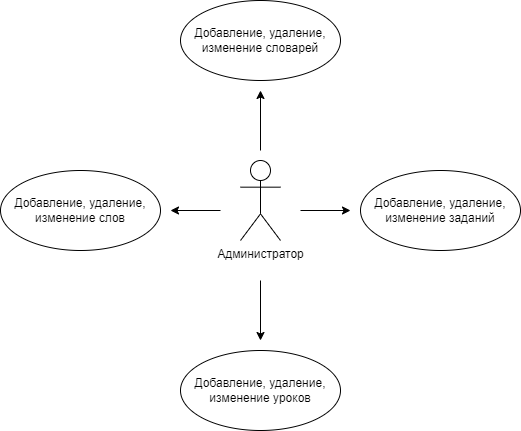
Earlier version of the draw.io export Docs/администратор.drawio.png (Vasewa2k02/English-web-app-Yuzik-). Source tidied: cells renumbered, new cells last; positions are measured from the earlier drawing's top-left corner, leaving out a move shared by most shapes.
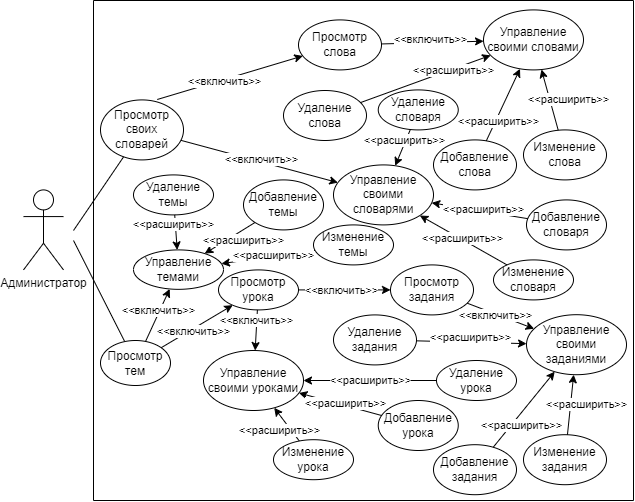
After the change.

Diff of the diagram source:
```diff
@@ -5,41 +5,298 @@
     <mxCell id="2" value="Администратор" style="shape=umlActor;verticalLabelPosition=bottom;verticalAlign=top;html=1;" parent="1" vertex="1">
       <mxGeometry x="240" y="160" width="40" height="80" as="geometry" />
     </mxCell>
-    <mxCell id="3" value="Добавление, удаление, изменение слов" style="ellipse;whiteSpace=wrap;html=1;" parent="1" vertex="1">
-      <mxGeometry y="170" width="160" height="80" as="geometry" />
-    </mxCell>
-    <mxCell id="4" value="Добавление, удаление, изменение уроков" style="ellipse;whiteSpace=wrap;html=1;" parent="1" vertex="1">
-      <mxGeometry x="180" y="350" width="160" height="80" as="geometry" />
-    </mxCell>
-    <mxCell id="5" value="Добавление, удаление, изменение заданий" style="ellipse;whiteSpace=wrap;html=1;" parent="1" vertex="1">
-      <mxGeometry x="360" y="170" width="160" height="80" as="geometry" />
-    </mxCell>
-    <mxCell id="6" value="Добавление, удаление, изменение словарей" style="ellipse;whiteSpace=wrap;html=1;" parent="1" vertex="1">
-      <mxGeometry x="180" width="160" height="80" as="geometry" />
-    </mxCell>
-    <mxCell id="7" style="endArrow=classic;html=1;rounded=0;" parent="1" edge="1">
-      <mxGeometry relative="1" as="geometry">
-        <mxPoint x="260" y="150" as="sourcePoint" />
-        <mxPoint x="260" y="90" as="targetPoint" />
-      </mxGeometry>
-    </mxCell>
-    <mxCell id="8" style="endArrow=classic;html=1;rounded=0;" parent="1" edge="1">
-      <mxGeometry relative="1" as="geometry">
-        <mxPoint x="260" y="280" as="sourcePoint" />
-        <mxPoint x="260" y="340" as="targetPoint" />
-      </mxGeometry>
-    </mxCell>
-    <mxCell id="9" style="endArrow=classic;html=1;rounded=0;" parent="1" edge="1">
-      <mxGeometry relative="1" as="geometry">
-        <mxPoint x="300" y="210" as="sourcePoint" />
-        <mxPoint x="350" y="210" as="targetPoint" />
-      </mxGeometry>
-    </mxCell>
-    <mxCell id="10" style="endArrow=classic;html=1;rounded=0;" parent="1" edge="1">
-      <mxGeometry relative="1" as="geometry">
-        <mxPoint x="220" y="210" as="sourcePoint" />
-        <mxPoint x="170" y="210" as="targetPoint" />
-      </mxGeometry>
-    </mxCell>
+    <mxCell id="11" value="Добавление слова" style="ellipse;whiteSpace=wrap;html=1;" parent="1" vertex="1">
+      <mxGeometry x="650" y="110" width="83" height="50" as="geometry" />
+    </mxCell>
+    <mxCell id="12" value="Изменение слова" style="ellipse;whiteSpace=wrap;html=1;" parent="1" vertex="1">
+      <mxGeometry x="740" y="100" width="83" height="50" as="geometry" />
+    </mxCell>
+    <mxCell id="13" value="Удаление слова" style="ellipse;whiteSpace=wrap;html=1;" parent="1" vertex="1">
+      <mxGeometry x="500" y="60.6" width="83" height="50" as="geometry" />
+    </mxCell>
+    <mxCell id="14" value="Добавление словаря" style="ellipse;whiteSpace=wrap;html=1;" parent="1" vertex="1">
+      <mxGeometry x="743" y="170" width="80" height="50" as="geometry" />
+    </mxCell>
+    <mxCell id="15" value="Изменение словаря" style="ellipse;whiteSpace=wrap;html=1;" parent="1" vertex="1">
+      <mxGeometry x="710" y="230" width="80" height="40" as="geometry" />
+    </mxCell>
+    <mxCell id="16" value="Удаление словаря" style="ellipse;whiteSpace=wrap;html=1;" parent="1" vertex="1">
+      <mxGeometry x="594.8" y="60" width="80" height="40" as="geometry" />
+    </mxCell>
+    <mxCell id="17" value="Просмотр слова" style="ellipse;whiteSpace=wrap;html=1;" parent="1" vertex="1">
+      <mxGeometry x="515" y="-10" width="83" height="50" as="geometry" />
+    </mxCell>
+    <mxCell id="18" value="Управление своими словами" style="ellipse;whiteSpace=wrap;html=1;" parent="1" vertex="1">
+      <mxGeometry x="700" y="-20" width="100" height="60" as="geometry" />
+    </mxCell>
+    <mxCell id="19" style="endArrow=classic;html=1;rounded=0;" parent="1" edge="1" source="11" target="18">
+      <mxGeometry relative="1" as="geometry" />
+    </mxCell>
+    <mxCell id="20" value="&amp;lt;&amp;lt;расширить&amp;gt;&amp;gt;" style="edgeLabel;html=1;align=center;verticalAlign=middle;" parent="19" vertex="1">
+      <mxGeometry x="0.16" y="-1" relative="1" as="geometry">
+        <mxPoint x="-9" y="21" as="offset" />
+      </mxGeometry>
+    </mxCell>
+    <mxCell id="21" style="endArrow=classic;html=1;rounded=0;" parent="1" edge="1" source="12" target="18">
+      <mxGeometry relative="1" as="geometry" />
+    </mxCell>
+    <mxCell id="22" value="&amp;lt;&amp;lt;расширить&amp;gt;&amp;gt;" style="edgeLabel;html=1;align=center;verticalAlign=middle;" parent="21" vertex="1">
+      <mxGeometry x="-0.26" y="-2" relative="1" as="geometry">
+        <mxPoint x="14" y="-8" as="offset" />
+      </mxGeometry>
+    </mxCell>
+    <mxCell id="23" style="endArrow=classic;html=1;rounded=0;" parent="1" edge="1" source="13" target="18">
+      <mxGeometry relative="1" as="geometry" />
+    </mxCell>
+    <mxCell id="24" value="&amp;lt;&amp;lt;расширить&amp;gt;&amp;gt;" style="edgeLabel;html=1;align=center;verticalAlign=middle;" parent="23" vertex="1">
+      <mxGeometry x="0.16" y="-1" relative="1" as="geometry">
+        <mxPoint x="17" y="-6" as="offset" />
+      </mxGeometry>
+    </mxCell>
+    <mxCell id="25" value="Управление своими словарями" style="ellipse;whiteSpace=wrap;html=1;" parent="1" vertex="1">
+      <mxGeometry x="550" y="135" width="100" height="60" as="geometry" />
+    </mxCell>
+    <mxCell id="26" style="endArrow=classic;html=1;rounded=0;" parent="1" edge="1" source="14" target="25">
+      <mxGeometry relative="1" as="geometry" />
+    </mxCell>
+    <mxCell id="27" value="&amp;lt;&amp;lt;расширить&amp;gt;&amp;gt;" style="edgeLabel;html=1;align=center;verticalAlign=middle;" parent="26" vertex="1">
+      <mxGeometry x="0.16" y="-1" relative="1" as="geometry">
+        <mxPoint x="11" y="1" as="offset" />
+      </mxGeometry>
+    </mxCell>
+    <mxCell id="28" style="endArrow=classic;html=1;rounded=0;" parent="1" edge="1" source="15" target="25">
+      <mxGeometry relative="1" as="geometry" />
+    </mxCell>
+    <mxCell id="29" value="&amp;lt;&amp;lt;расширить&amp;gt;&amp;gt;" style="edgeLabel;html=1;align=center;verticalAlign=middle;" parent="28" vertex="1">
+      <mxGeometry x="0.16" y="-1" relative="1" as="geometry">
+        <mxPoint x="5" y="3" as="offset" />
+      </mxGeometry>
+    </mxCell>
+    <mxCell id="30" style="endArrow=classic;html=1;rounded=0;" parent="1" edge="1" source="16" target="25">
+      <mxGeometry relative="1" as="geometry" />
+    </mxCell>
+    <mxCell id="31" value="&amp;lt;&amp;lt;расширить&amp;gt;&amp;gt;" style="edgeLabel;html=1;align=center;verticalAlign=middle;" parent="30" vertex="1">
+      <mxGeometry x="0.16" y="-1" relative="1" as="geometry">
+        <mxPoint x="3" y="-10" as="offset" />
+      </mxGeometry>
+    </mxCell>
+    <mxCell id="32" value="Просмотр&lt;br&gt;своих словарей" style="ellipse;whiteSpace=wrap;html=1;" parent="1" vertex="1">
+      <mxGeometry x="317" y="70" width="83" height="60" as="geometry" />
+    </mxCell>
+    <mxCell id="33" style="endArrow=classic;html=1;rounded=0;" parent="1" edge="1" source="32" target="25">
+      <mxGeometry relative="1" as="geometry" />
+    </mxCell>
+    <mxCell id="34" value="&amp;lt;&amp;lt;включить&amp;gt;&amp;gt;" style="edgeLabel;html=1;align=center;verticalAlign=middle;rotation=0;" parent="33" vertex="1">
+      <mxGeometry x="0.16" y="-1" relative="1" as="geometry">
+        <mxPoint x="-10" y="-7" as="offset" />
+      </mxGeometry>
+    </mxCell>
+    <mxCell id="35" style="endArrow=classic;html=1;rounded=0;exitX=0.684;exitY=-0.007;exitDx=0;exitDy=0;exitPerimeter=0;" parent="1" edge="1" source="32" target="17">
+      <mxGeometry relative="1" as="geometry" />
+    </mxCell>
+    <mxCell id="36" value="&amp;lt;&amp;lt;включить&amp;gt;&amp;gt;" style="edgeLabel;html=1;align=center;verticalAlign=middle;" parent="35" vertex="1">
+      <mxGeometry x="0.16" y="-1" relative="1" as="geometry">
+        <mxPoint x="-17" y="6" as="offset" />
+      </mxGeometry>
+    </mxCell>
+    <mxCell id="37" style="endArrow=classic;html=1;rounded=0;" parent="1" edge="1" source="17" target="18">
+      <mxGeometry relative="1" as="geometry" />
+    </mxCell>
+    <mxCell id="38" value="&amp;lt;&amp;lt;включить&amp;gt;&amp;gt;" style="edgeLabel;html=1;align=center;verticalAlign=middle;" parent="37" vertex="1">
+      <mxGeometry x="0.16" y="-1" relative="1" as="geometry">
+        <mxPoint x="-11" y="-4" as="offset" />
+      </mxGeometry>
+    </mxCell>
+    <mxCell id="39" style="endArrow=none;html=1;rounded=0;" parent="1" edge="1" target="32">
+      <mxGeometry relative="1" as="geometry">
+        <mxPoint x="290" y="200.6" as="sourcePoint" />
+      </mxGeometry>
+    </mxCell>
+    <mxCell id="40" style="endArrow=none;html=1;rounded=0;" parent="1" edge="1" target="71">
+      <mxGeometry relative="1" as="geometry">
+        <mxPoint x="290" y="210.6" as="sourcePoint" />
+      </mxGeometry>
+    </mxCell>
+    <mxCell id="41" style="endArrow=none;html=1;rounded=0;" parent="1" edge="1">
+      <mxGeometry relative="1" as="geometry">
+        <mxPoint x="310" y="470.6" as="sourcePoint" />
+        <mxPoint x="310" y="-29.4" as="targetPoint" />
+      </mxGeometry>
+    </mxCell>
+    <mxCell id="42" style="endArrow=none;html=1;rounded=0;" parent="1" edge="1">
+      <mxGeometry relative="1" as="geometry">
+        <mxPoint x="850" y="-29.4" as="sourcePoint" />
+        <mxPoint x="310" y="-29.4" as="targetPoint" />
+      </mxGeometry>
+    </mxCell>
+    <mxCell id="43" value="Добавление задания" style="ellipse;whiteSpace=wrap;html=1;" parent="1" vertex="1">
+      <mxGeometry x="650" y="414.8" width="83" height="50" as="geometry" />
+    </mxCell>
+    <mxCell id="44" value="Изменение задания" style="ellipse;whiteSpace=wrap;html=1;" parent="1" vertex="1">
+      <mxGeometry x="740" y="404.8" width="83" height="50" as="geometry" />
+    </mxCell>
+    <mxCell id="45" value="Удаление задания" style="ellipse;whiteSpace=wrap;html=1;" parent="1" vertex="1">
+      <mxGeometry x="550" y="285" width="83" height="50" as="geometry" />
+    </mxCell>
+    <mxCell id="46" value="Добавление урока" style="ellipse;whiteSpace=wrap;html=1;" parent="1" vertex="1">
+      <mxGeometry x="594.8" y="370.6" width="80" height="50" as="geometry" />
+    </mxCell>
+    <mxCell id="47" value="Изменение урока" style="ellipse;whiteSpace=wrap;html=1;" parent="1" vertex="1">
+      <mxGeometry x="490" y="409.8" width="80" height="40" as="geometry" />
+    </mxCell>
+    <mxCell id="48" value="Удаление урока" style="ellipse;whiteSpace=wrap;html=1;" parent="1" vertex="1">
+      <mxGeometry x="653" y="330.6" width="80" height="40" as="geometry" />
+    </mxCell>
+    <mxCell id="49" value="Просмотр задания" style="ellipse;whiteSpace=wrap;html=1;" parent="1" vertex="1">
+      <mxGeometry x="607" y="235" width="83" height="50" as="geometry" />
+    </mxCell>
+    <mxCell id="50" value="Управление своими заданиями" style="ellipse;whiteSpace=wrap;html=1;" parent="1" vertex="1">
+      <mxGeometry x="743" y="284.8" width="100" height="60" as="geometry" />
+    </mxCell>
+    <mxCell id="51" style="endArrow=classic;html=1;rounded=0;" parent="1" edge="1" source="43" target="50">
+      <mxGeometry relative="1" as="geometry" />
+    </mxCell>
+    <mxCell id="52" value="&amp;lt;&amp;lt;расширить&amp;gt;&amp;gt;" style="edgeLabel;html=1;align=center;verticalAlign=middle;" parent="51" vertex="1">
+      <mxGeometry x="0.16" y="-1" relative="1" as="geometry">
+        <mxPoint x="-9" y="21" as="offset" />
+      </mxGeometry>
+    </mxCell>
+    <mxCell id="53" style="endArrow=classic;html=1;rounded=0;" parent="1" edge="1" source="44" target="50">
+      <mxGeometry relative="1" as="geometry" />
+    </mxCell>
+    <mxCell id="54" value="&amp;lt;&amp;lt;расширить&amp;gt;&amp;gt;" style="edgeLabel;html=1;align=center;verticalAlign=middle;" parent="53" vertex="1">
+      <mxGeometry x="-0.26" y="-2" relative="1" as="geometry">
+        <mxPoint x="14" y="-8" as="offset" />
+      </mxGeometry>
+    </mxCell>
+    <mxCell id="55" style="endArrow=classic;html=1;rounded=0;" parent="1" edge="1" source="45" target="50">
+      <mxGeometry relative="1" as="geometry" />
+    </mxCell>
+    <mxCell id="56" value="&amp;lt;&amp;lt;расширить&amp;gt;&amp;gt;" style="edgeLabel;html=1;align=center;verticalAlign=middle;" parent="55" vertex="1">
+      <mxGeometry x="0.16" y="-1" relative="1" as="geometry">
+        <mxPoint x="-10" y="-6" as="offset" />
+      </mxGeometry>
+    </mxCell>
+    <mxCell id="57" value="Управление своими уроками" style="ellipse;whiteSpace=wrap;html=1;" parent="1" vertex="1">
+      <mxGeometry x="420" y="320.6" width="100" height="60" as="geometry" />
+    </mxCell>
+    <mxCell id="58" style="endArrow=classic;html=1;rounded=0;" parent="1" edge="1" source="46" target="57">
+      <mxGeometry relative="1" as="geometry" />
+    </mxCell>
+    <mxCell id="59" value="&amp;lt;&amp;lt;расширить&amp;gt;&amp;gt;" style="edgeLabel;html=1;align=center;verticalAlign=middle;" parent="58" vertex="1">
+      <mxGeometry x="0.16" y="-1" relative="1" as="geometry">
+        <mxPoint x="11" y="1" as="offset" />
+      </mxGeometry>
+    </mxCell>
+    <mxCell id="60" style="endArrow=classic;html=1;rounded=0;" parent="1" edge="1" source="47" target="57">
+      <mxGeometry relative="1" as="geometry" />
+    </mxCell>
+    <mxCell id="61" value="&amp;lt;&amp;lt;расширить&amp;gt;&amp;gt;" style="edgeLabel;html=1;align=center;verticalAlign=middle;" parent="60" vertex="1">
+      <mxGeometry x="0.16" y="-1" relative="1" as="geometry">
+        <mxPoint x="-6" y="9" as="offset" />
+      </mxGeometry>
+    </mxCell>
+    <mxCell id="62" style="endArrow=classic;html=1;rounded=0;" parent="1" edge="1" source="48" target="57">
+      <mxGeometry relative="1" as="geometry" />
+    </mxCell>
+    <mxCell id="63" value="&amp;lt;&amp;lt;расширить&amp;gt;&amp;gt;" style="edgeLabel;html=1;align=center;verticalAlign=middle;" parent="62" vertex="1">
+      <mxGeometry x="0.16" y="-1" relative="1" as="geometry">
+        <mxPoint x="10" y="1" as="offset" />
+      </mxGeometry>
+    </mxCell>
+    <mxCell id="64" value="Просмотр&lt;br&gt;урока" style="ellipse;whiteSpace=wrap;html=1;" parent="1" vertex="1">
+      <mxGeometry x="435" y="240" width="80" height="40" as="geometry" />
+    </mxCell>
+    <mxCell id="65" style="endArrow=classic;html=1;rounded=0;" parent="1" edge="1" source="64" target="57">
+      <mxGeometry relative="1" as="geometry" />
+    </mxCell>
+    <mxCell id="66" value="&amp;lt;&amp;lt;включить&amp;gt;&amp;gt;" style="edgeLabel;html=1;align=center;verticalAlign=middle;rotation=0;" parent="65" vertex="1">
+      <mxGeometry x="0.16" y="-1" relative="1" as="geometry">
+        <mxPoint x="1" y="-13" as="offset" />
+      </mxGeometry>
+    </mxCell>
+    <mxCell id="67" style="endArrow=classic;html=1;rounded=0;" parent="1" edge="1" source="64" target="49">
+      <mxGeometry relative="1" as="geometry" />
+    </mxCell>
+    <mxCell id="68" value="&amp;lt;&amp;lt;включить&amp;gt;&amp;gt;" style="edgeLabel;html=1;align=center;verticalAlign=middle;" parent="67" vertex="1">
+      <mxGeometry x="0.16" y="-1" relative="1" as="geometry">
+        <mxPoint x="-11" y="-1" as="offset" />
+      </mxGeometry>
+    </mxCell>
+    <mxCell id="69" style="endArrow=classic;html=1;rounded=0;" parent="1" edge="1" source="49" target="50">
+      <mxGeometry relative="1" as="geometry" />
+    </mxCell>
+    <mxCell id="70" value="&amp;lt;&amp;lt;включить&amp;gt;&amp;gt;" style="edgeLabel;html=1;align=center;verticalAlign=middle;" parent="69" vertex="1">
+      <mxGeometry x="0.16" y="-1" relative="1" as="geometry">
+        <mxPoint x="-11" y="-4" as="offset" />
+      </mxGeometry>
+    </mxCell>
+    <mxCell id="71" value="Просмотр&lt;br&gt;тем" style="ellipse;whiteSpace=wrap;html=1;" parent="1" vertex="1">
+      <mxGeometry x="317" y="310.6" width="70" height="45" as="geometry" />
+    </mxCell>
+    <mxCell id="72" value="Управление темами" style="ellipse;whiteSpace=wrap;html=1;" parent="1" vertex="1">
+      <mxGeometry x="350" y="220" width="90" height="39.4" as="geometry" />
+    </mxCell>
+    <mxCell id="73" value="Изменение темы" style="ellipse;whiteSpace=wrap;html=1;" parent="1" vertex="1">
+      <mxGeometry x="530" y="195" width="80" height="40" as="geometry" />
+    </mxCell>
+    <mxCell id="74" value="Добавление темы" style="ellipse;whiteSpace=wrap;html=1;" parent="1" vertex="1">
+      <mxGeometry x="460" y="150" width="80" height="50" as="geometry" />
+    </mxCell>
+    <mxCell id="75" value="Удаление темы" style="ellipse;whiteSpace=wrap;html=1;" parent="1" vertex="1">
+      <mxGeometry x="350" y="145" width="80" height="40" as="geometry" />
+    </mxCell>
+    <mxCell id="76" style="endArrow=classic;html=1;rounded=0;" parent="1" edge="1" source="75" target="72">
+      <mxGeometry relative="1" as="geometry" />
+    </mxCell>
+    <mxCell id="77" value="&amp;lt;&amp;lt;расширить&amp;gt;&amp;gt;" style="edgeLabel;html=1;align=center;verticalAlign=middle;" parent="76" vertex="1">
+      <mxGeometry x="0.16" y="-1" relative="1" as="geometry">
+        <mxPoint x="-2" y="-11" as="offset" />
+      </mxGeometry>
+    </mxCell>
+    <mxCell id="78" style="endArrow=classic;html=1;rounded=0;" parent="1" edge="1" source="74" target="72">
+      <mxGeometry relative="1" as="geometry" />
+    </mxCell>
+    <mxCell id="79" value="&amp;lt;&amp;lt;расширить&amp;gt;&amp;gt;" style="edgeLabel;html=1;align=center;verticalAlign=middle;" parent="78" vertex="1">
+      <mxGeometry x="0.16" y="-1" relative="1" as="geometry">
+        <mxPoint x="18" as="offset" />
+      </mxGeometry>
+    </mxCell>
+    <mxCell id="80" style="endArrow=classic;html=1;rounded=0;" parent="1" edge="1" source="73" target="72">
+      <mxGeometry relative="1" as="geometry" />
+    </mxCell>
+    <mxCell id="81" value="&amp;lt;&amp;lt;расширить&amp;gt;&amp;gt;" style="edgeLabel;html=1;align=center;verticalAlign=middle;" parent="80" vertex="1">
+      <mxGeometry x="0.16" y="-1" relative="1" as="geometry">
+        <mxPoint x="13" y="-2" as="offset" />
+      </mxGeometry>
+    </mxCell>
+    <mxCell id="82" style="endArrow=classic;html=1;rounded=0;" parent="1" edge="1" source="71" target="72">
+      <mxGeometry relative="1" as="geometry" />
+    </mxCell>
+    <mxCell id="83" value="&amp;lt;&amp;lt;включить&amp;gt;&amp;gt;" style="edgeLabel;html=1;align=center;verticalAlign=middle;" parent="82" vertex="1">
+      <mxGeometry x="0.16" y="-1" relative="1" as="geometry">
+        <mxPoint x="-2" y="-1" as="offset" />
+      </mxGeometry>
+    </mxCell>
+    <mxCell id="84" style="endArrow=classic;html=1;rounded=0;" parent="1" edge="1" source="71" target="64">
+      <mxGeometry relative="1" as="geometry" />
+    </mxCell>
+    <mxCell id="85" value="&amp;lt;&amp;lt;включить&amp;gt;&amp;gt;" style="edgeLabel;html=1;align=center;verticalAlign=middle;" parent="84" vertex="1">
+      <mxGeometry x="0.16" y="-1" relative="1" as="geometry">
+        <mxPoint x="-10" y="7" as="offset" />
+      </mxGeometry>
+    </mxCell>
+    <mxCell id="86" style="endArrow=none;html=1;rounded=0;" parent="1" edge="1">
+      <mxGeometry relative="1" as="geometry">
+        <mxPoint x="850" y="470.6" as="sourcePoint" />
+        <mxPoint x="850" y="-29.4" as="targetPoint" />
+      </mxGeometry>
+    </mxCell>
+    <mxCell id="87" style="endArrow=none;html=1;rounded=0;" parent="1" edge="1">
+      <mxGeometry relative="1" as="geometry">
+        <mxPoint x="850" y="470.6" as="sourcePoint" />
+        <mxPoint x="310" y="470.6" as="targetPoint" />
+      </mxGeometry>
+    </mxCell>
   </root>
 </mxGraphModel>
```
